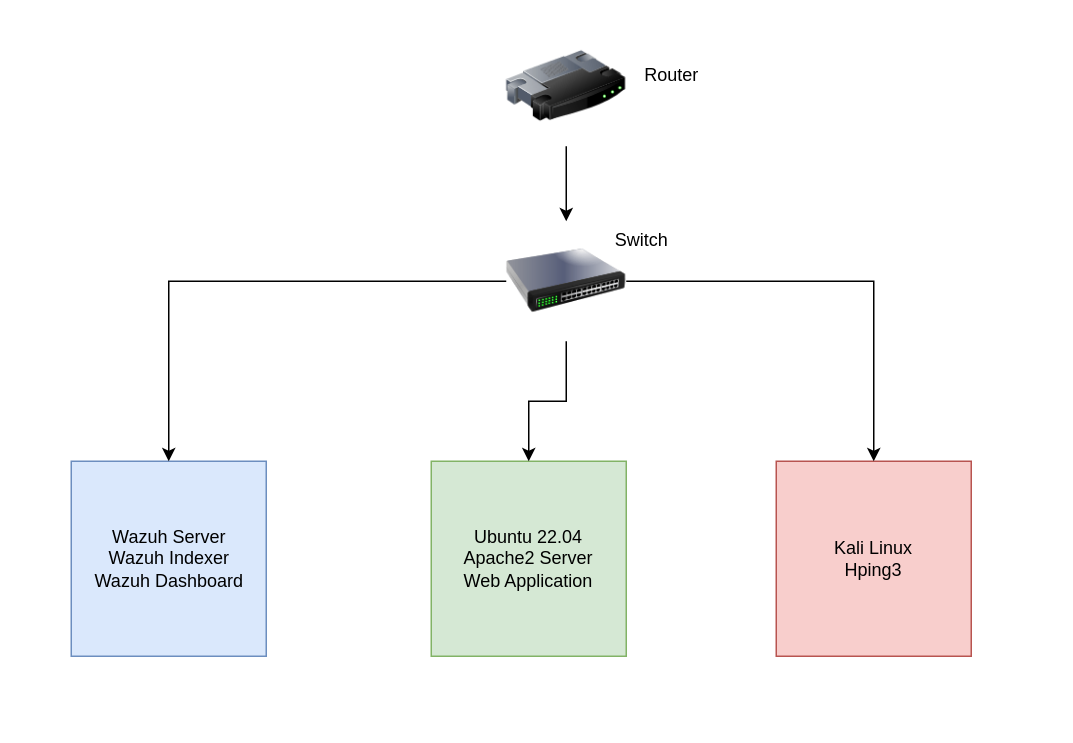
blackknight75/Cybersecurity-Bootcamp keeps this draw.io diagram as Project 4 Diagram.drawio. Above is the earlier version. Source tidied: cells renumbered, new cells numbered last; positions are measured from the earlier drawing's top-left corner, leaving out a move shared by most shapes. Both pictures are drawn from the tidied source at 150%, with x=0, y=0 at pixel (70, 26).
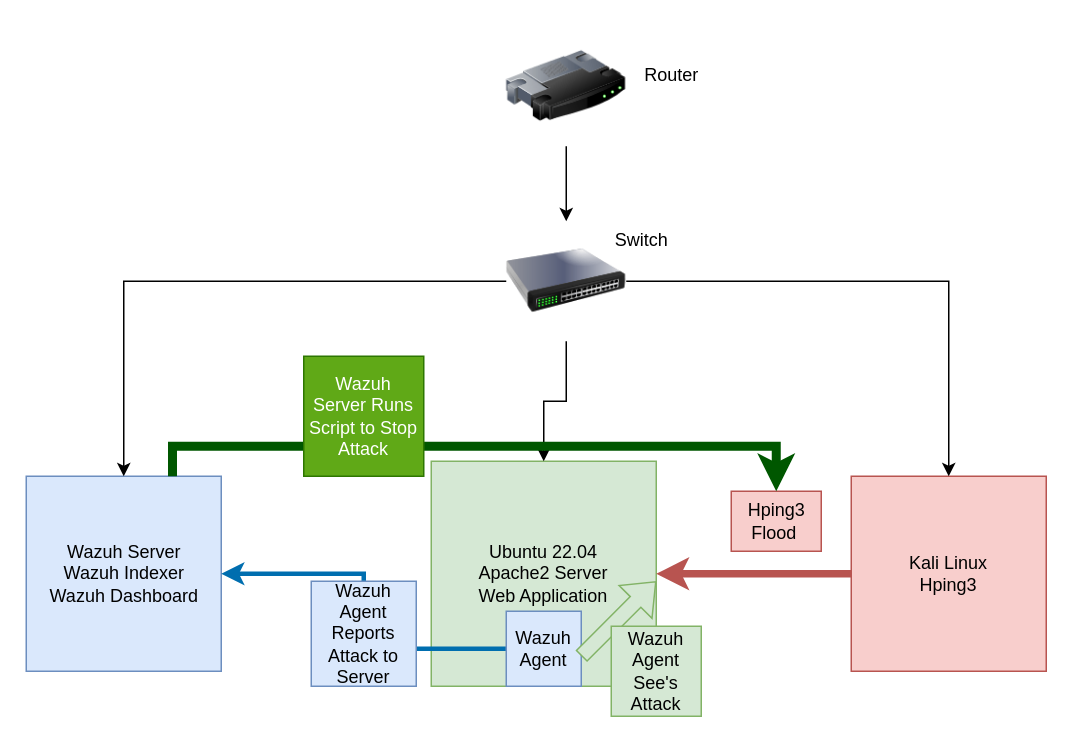
Above is the later version.

Diff of the diagram source:
```diff
@@
     <mxCell id="2" style="whiteSpace=wrap;html=1;fillColor=#dae8fc;strokeColor=#6c8ebf;" parent="1" vertex="1">
-      <mxGeometry y="290" width="130" height="130" as="geometry" />
+      <mxGeometry x="-30" y="300" width="130" height="130" as="geometry" />
     </mxCell>
     <mxCell id="3" value="Ubuntu 22.04&lt;div&gt;Apache2 Server&lt;/div&gt;&lt;div&gt;Web Application&lt;/div&gt;" style="whiteSpace=wrap;html=1;fillColor=#d5e8d4;strokeColor=#82b366;" parent="1" vertex="1">
-      <mxGeometry x="240" y="290" width="130" height="130" as="geometry" />
+      <mxGeometry x="240" y="290" width="150" height="150" as="geometry" />
     </mxCell>
+    <mxCell id="14" style="edgeStyle=orthogonalEdgeStyle;rounded=0;jettySize=auto;html=1;exitX=0;exitY=0.5;exitDx=0;exitDy=0;entryX=1;entryY=0.5;entryDx=0;entryDy=0;fillColor=#f8cecc;strokeColor=#b85450;strokeWidth=5;" parent="1" edge="1" source="4" target="3">
+      <mxGeometry relative="1" as="geometry" />
+    </mxCell>
     <mxCell id="4" value="Kali Linux&lt;div&gt;Hping3&lt;/div&gt;" style="whiteSpace=wrap;html=1;fillColor=#f8cecc;strokeColor=#b85450;" parent="1" vertex="1">
-      <mxGeometry x="470" y="290" width="130" height="130" as="geometry" />
+      <mxGeometry x="520" y="300" width="130" height="130" as="geometry" />
     </mxCell>
@@
     <mxCell id="11" value="Wazuh Server&lt;div&gt;Wazuh Indexer&lt;/div&gt;&lt;div&gt;Wazuh Dashboard&lt;/div&gt;" style="text;html=1;align=center;verticalAlign=middle;strokeColor=none;fillColor=none;" parent="1" vertex="1">
-      <mxGeometry x="5" y="325" width="120" height="60" as="geometry" />
+      <mxGeometry x="-25" y="335" width="120" height="60" as="geometry" />
     </mxCell>
@@
+    <mxCell id="15" value="Hping3&lt;div&gt;Flood&amp;nbsp;&lt;/div&gt;" style="text;html=1;align=center;verticalAlign=middle;points=[];strokeColor=#b85450;fillColor=#f8cecc;" parent="1" vertex="1">
+      <mxGeometry x="440" y="310" width="60" height="40" as="geometry" />
+    </mxCell>
+    <mxCell id="16" style="edgeStyle=orthogonalEdgeStyle;rounded=0;jettySize=auto;html=1;exitX=0;exitY=0.5;exitDx=0;exitDy=0;entryX=1;entryY=0.5;entryDx=0;entryDy=0;fillColor=#1ba1e2;strokeColor=#006EAF;strokeWidth=3;" parent="1" edge="1" source="17" target="2">
+      <mxGeometry relative="1" as="geometry" />
+    </mxCell>
+    <mxCell id="17" value="Wazuh&lt;div&gt;Agent&lt;/div&gt;" style="whiteSpace=wrap;html=1;fillColor=#dae8fc;strokeColor=#6c8ebf;" parent="1" vertex="1">
+      <mxGeometry x="290" y="390" width="50" height="50" as="geometry" />
+    </mxCell>
+    <mxCell id="18" style="shape=flexArrow;endArrow=classic;html=1;rounded=0;fillColor=#d5e8d4;strokeColor=#82b366;" parent="1" edge="1">
+      <mxGeometry relative="1" as="geometry">
+        <mxPoint x="340" y="420" as="sourcePoint" />
+        <mxPoint x="390" y="370" as="targetPoint" />
+      </mxGeometry>
+    </mxCell>
+    <mxCell id="19" value="Wazuh&lt;div&gt;Agent&lt;/div&gt;&lt;div&gt;See's Attack&lt;/div&gt;" style="whiteSpace=wrap;html=1;fillColor=#d5e8d4;strokeColor=#82b366;" parent="1" vertex="1">
+      <mxGeometry x="360" y="400" width="60" height="60" as="geometry" />
+    </mxCell>
+    <mxCell id="20" value="Wazuh&lt;div&gt;Agent&lt;/div&gt;&lt;div&gt;Reports Attack to Server&lt;/div&gt;" style="whiteSpace=wrap;html=1;fillColor=#dae8fc;strokeColor=#6c8ebf;" parent="1" vertex="1">
+      <mxGeometry x="160" y="370" width="70" height="70" as="geometry" />
+    </mxCell>
+    <mxCell id="21" style="edgeStyle=orthogonalEdgeStyle;rounded=0;jettySize=auto;html=1;exitX=0.75;exitY=0;exitDx=0;exitDy=0;entryX=0.5;entryY=0;entryDx=0;entryDy=0;entryPerimeter=0;fillColor=#008a00;strokeColor=#005700;strokeWidth=6;" parent="1" edge="1" source="2" target="15">
+      <mxGeometry relative="1" as="geometry" />
+    </mxCell>
+    <mxCell id="22" value="Wazuh&lt;div&gt;Server Runs Script to Stop Attack&lt;/div&gt;" style="whiteSpace=wrap;html=1;fillColor=#60a917;strokeColor=#2D7600;fontColor=#ffffff;" parent="1" vertex="1">
+      <mxGeometry x="155" y="220" width="80" height="80" as="geometry" />
+    </mxCell>
```
